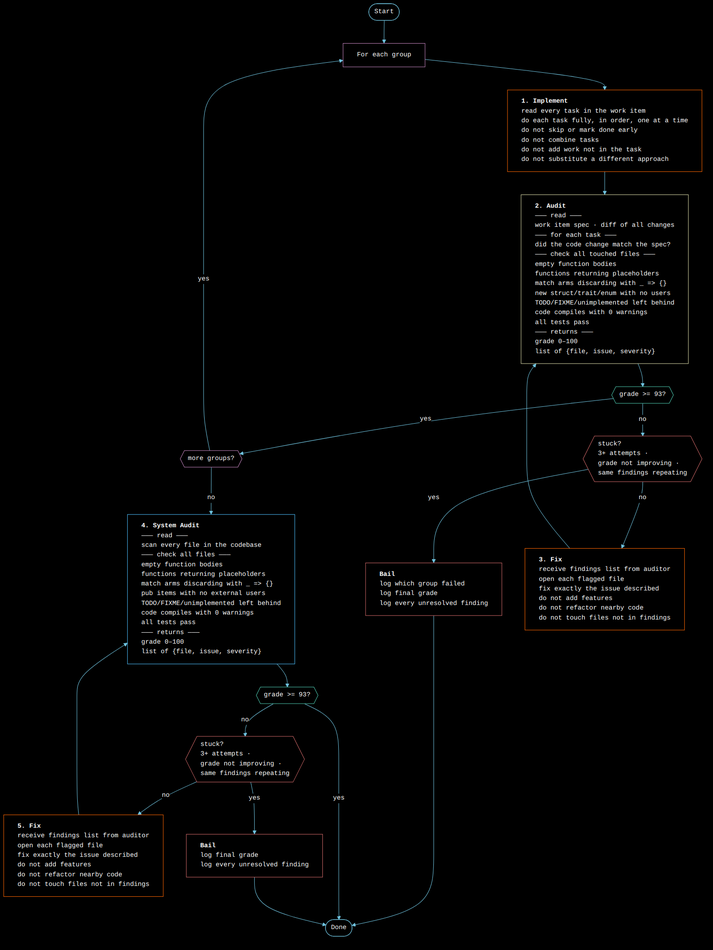
This is WORKFLOW.png from Distortedlogic/lx, a Mermaid export, as it was before one commit. Its source is kept beside it as WORKFLOW.mmd.
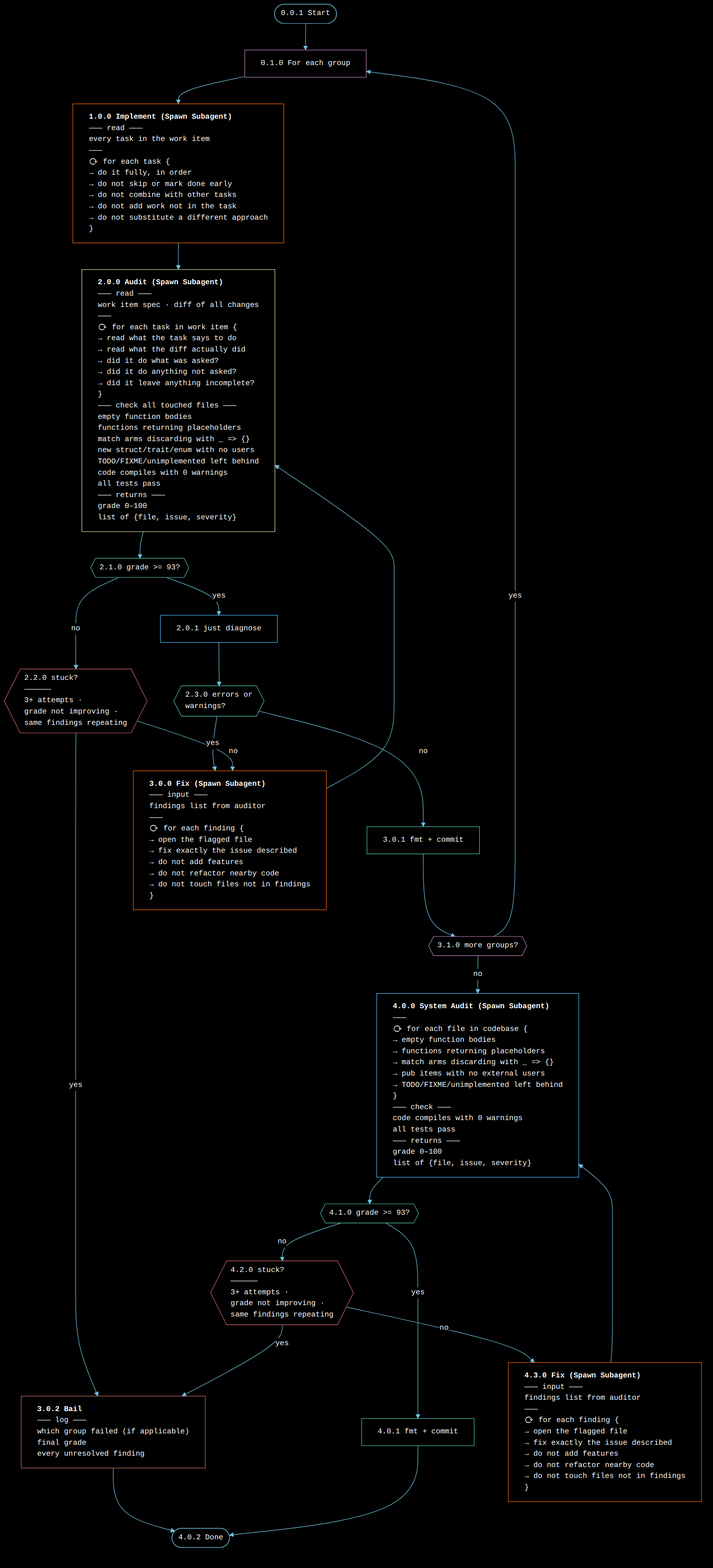
The same diagram one commit later.

Change to the diagram source:
```diff
@@ -1,19 +1,29 @@
 graph TD
-    start(["Start"]):::teal
-    start --> loop_start["For each group"]:::purple
+    start(["0.0.1 Start"]):::teal
+    start --> loop_start["0.1.0 For each group"]:::purple
 
-    loop_start --> implement["`**1. Implement**
-read every task in the work item
-do each task fully, in order, one at a time
-do not skip or mark done early
-do not combine tasks
-do not add work not in the task
-do not substitute a different approach`"]:::orange
-    implement --> audit["`**2. Audit**
+    loop_start --> implement["`**1.0.0 Implement (Spawn Subagent)**
+——— read ———
+every task in the work item
+———
+⟳ for each task {
+→ do it fully, in order
+→ do not skip or mark done early
+→ do not combine with other tasks
+→ do not add work not in the task
+→ do not substitute a different approach
+}`"]:::orange
+    implement --> audit["`**2.0.0 Audit (Spawn Subagent)**
 ——— read ———
 work item spec · diff of all changes
-——— for each task ———
-did the code change match the spec?
+———
+⟳ for each task in work item {
+→ read what the task says to do
+→ read what the diff actually did
+→ did it do what was asked?
+→ did it do anything not asked?
+→ did it leave anything incomplete?
+}
 ——— check all touched files ———
 empty function bodies
 functions returning placeholders
@@ -25,58 +35,67 @@
 ——— returns ———
 grade 0–100
 list of {file, issue, severity}`"]:::yellow
-    audit --> check{{"grade >= 93?"}}:::teal
+    audit --> check{{"2.1.0 grade >= 93?"}}:::teal
 
-    check -- "no" --> stuck{{"stuck?\n3+ attempts ·\ngrade not improving ·\nsame findings repeating"}}:::red
-    check -- "yes" --> more{{"more groups?"}}:::purple
+    check -- "no" --> stuck{{"2.2.0 stuck?\n——————\n3+ attempts ·\ngrade not improving ·\nsame findings repeating"}}:::red
+    check -- "yes" --> diagnose["2.0.1 just diagnose"]:::cyan
+    diagnose --> diag_check{{"2.3.0 errors or\nwarnings?"}}:::teal
+    diag_check -- "no" --> fmtcommit["3.0.1 fmt + commit"]:::teal
+    diag_check -- "yes" --> fix
+    fmtcommit --> more{{"3.1.0 more groups?"}}:::purple
 
-    stuck -- "yes" --> bail["`**Bail**
-log which group failed
-log final grade
-log every unresolved finding`"]:::red
+    stuck -- "no" --> fix["`**3.0.0 Fix (Spawn Subagent)**
+——— input ———
+findings list from auditor
+———
+⟳ for each finding {
+→ open the flagged file
+→ fix exactly the issue described
+→ do not add features
+→ do not refactor nearby code
+→ do not touch files not in findings
+}`"]:::orange
+    fix --> audit
+
+    stuck -- "yes" --> bail["`**3.0.2 Bail**
+——— log ———
+which group failed (if applicable)
+final grade
+every unresolved finding`"]:::red
     bail --> done
 
     more -- "yes" --> loop_start
-    more -- "no" --> sys_audit
-
-    stuck -- "no" --> fix["`**3. Fix**
-receive findings list from auditor
-open each flagged file
-fix exactly the issue described
-do not add features
-do not refactor nearby code
-do not touch files not in findings`"]:::orange
-    fix --> audit
-
-    sys_audit["`**4. System Audit**
-——— read ———
-scan every file in the codebase
-——— check all files ———
-empty function bodies
-functions returning placeholders
-match arms discarding with _ => {}
-pub items with no external users
-TODO/FIXME/unimplemented left behind
+    more -- "no" --> sys_audit["`**4.0.0 System Audit (Spawn Subagent)**
+———
+⟳ for each file in codebase {
+→ empty function bodies
+→ functions returning placeholders
+→ match arms discarding with _ => {}
+→ pub items with no external users
+→ TODO/FIXME/unimplemented left behind
+}
+——— check ———
 code compiles with 0 warnings
 all tests pass
 ——— returns ———
 grade 0–100
 list of {file, issue, severity}`"]:::cyan
-    sys_audit --> sys_check{{"grade >= 93?"}}:::teal
+    sys_audit --> sys_check{{"4.1.0 grade >= 93?"}}:::teal
 
-    sys_check -- "no" --> sys_stuck{{"stuck?\n3+ attempts ·\ngrade not improving ·\nsame findings repeating"}}:::red
-    sys_check -- "yes" --> done(["Done"]):::teal
+    sys_check -- "no" --> sys_stuck{{"4.2.0 stuck?\n——————\n3+ attempts ·\ngrade not improving ·\nsame findings repeating"}}:::red
+    sys_check -- "yes" --> sys_fmtcommit["4.0.1 fmt + commit"]:::teal
+    sys_fmtcommit --> done(["4.0.2 Done"]):::teal
 
-    sys_stuck -- "no" --> sys_fix["`**5. Fix**
-receive findings list from auditor
-open each flagged file
-fix exactly the issue described
-do not add features
-do not refactor nearby code
-do not touch files not in findings`"]:::orange
+    sys_stuck -- "no" --> sys_fix["`**4.3.0 Fix (Spawn Subagent)**
+——— input ———
+findings list from auditor
+———
+⟳ for each finding {
+→ open the flagged file
+→ fix exactly the issue described
+→ do not add features
+→ do not refactor nearby code
+→ do not touch files not in findings
+}`"]:::orange
     sys_fix --> sys_audit
-
-    sys_stuck -- "yes" --> sys_bail["`**Bail**
-log final grade
-log every unresolved finding`"]:::red
-    sys_bail --> done
+    sys_stuck -- "yes" --> bail
```
